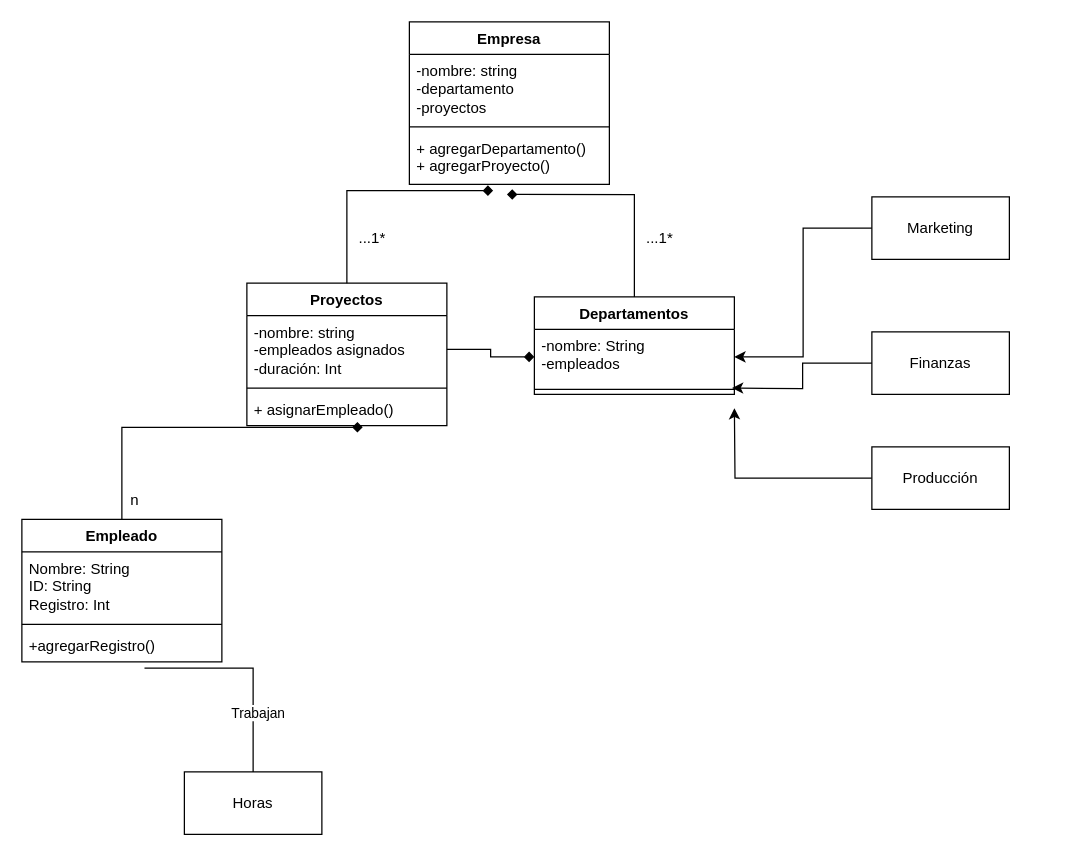
The draw.io diagram Diagrama sin título.drawio in Javier1399/proyecto, before the edit. Source tidied: cells renumbered, new cells numbered last; positions are measured from the earlier drawing's top-left corner, leaving out a move shared by most shapes. Both pictures are drawn from the tidied source at 125%, with x=0, y=0 at pixel (21, 21).
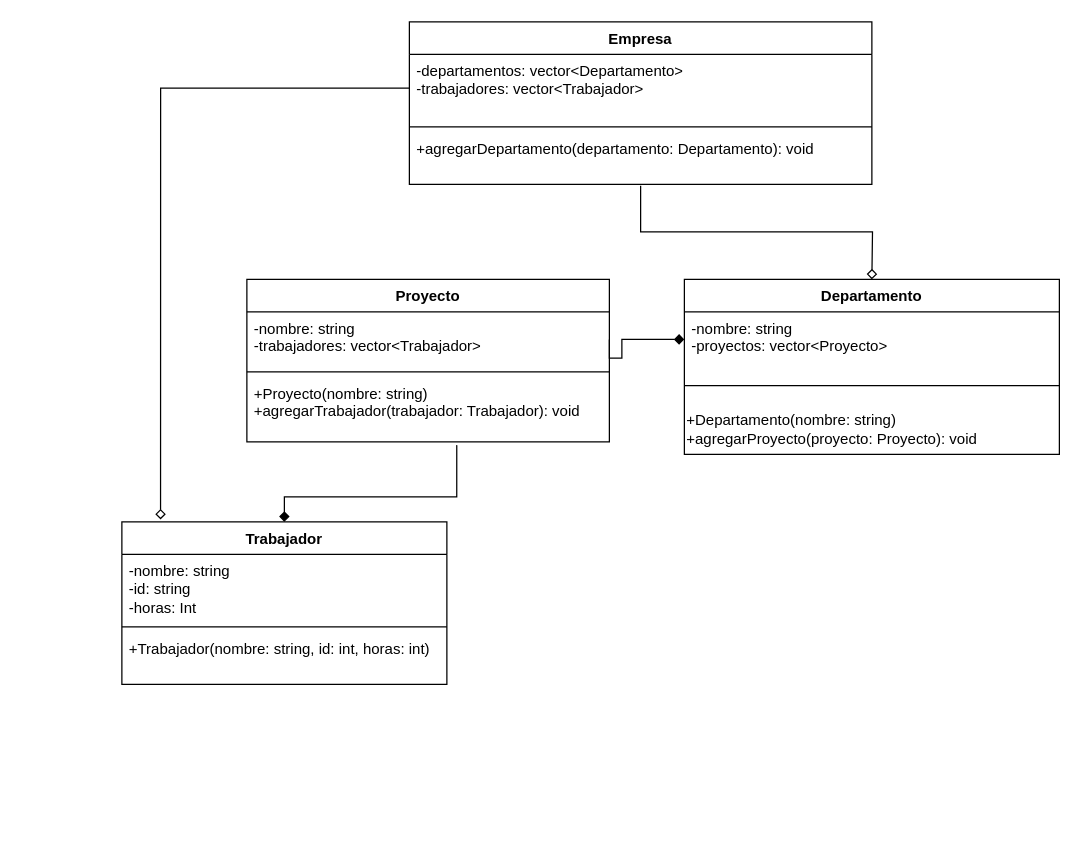
After the change.

The edit, as a diff of the source:
```diff
@@
     <mxCell id="2" value="Empresa" style="swimlane;fontStyle=1;align=center;verticalAlign=top;horizontal=1;startSize=26;whiteSpace=wrap;html=1;" parent="1" vertex="1">
-      <mxGeometry x="310" width="160" height="130" as="geometry" />
+      <mxGeometry x="310" width="370" height="130" as="geometry" />
     </mxCell>
-    <mxCell id="3" value="-nombre: string&lt;br&gt;-departamento&lt;br&gt;-proyectos" style="text;strokeColor=none;fillColor=none;align=left;verticalAlign=top;spacingLeft=4;spacingRight=4;overflow=hidden;points=[[0,0.5],[1,0.5]];portConstraint=eastwest;whiteSpace=wrap;html=1;" parent="2" vertex="1">
-      <mxGeometry y="26" width="160" height="54" as="geometry" />
+    <mxCell id="3" value="-departamentos: vector&amp;lt;Departamento&amp;gt;&lt;br&gt;    -trabajadores: vector&amp;lt;Trabajador&amp;gt;" style="text;strokeColor=none;fillColor=none;align=left;verticalAlign=top;spacingLeft=4;spacingRight=4;overflow=hidden;points=[[0,0.5],[1,0.5]];portConstraint=eastwest;whiteSpace=wrap;html=1;" parent="2" vertex="1">
+      <mxGeometry y="26" width="370" height="54" as="geometry" />
     </mxCell>
     <mxCell id="4" style="line;strokeWidth=1;fillColor=none;align=left;verticalAlign=middle;spacingTop=-1;spacingLeft=3;spacingRight=3;labelPosition=right;strokeColor=inherit;" parent="2" vertex="1">
-      <mxGeometry y="80" width="160" height="8" as="geometry" />
+      <mxGeometry y="80" width="370" height="8" as="geometry" />
     </mxCell>
-    <mxCell id="5" value="+&amp;nbsp;agregarDepartamento()&lt;br&gt;+ agregarProyecto()" style="text;strokeColor=none;fillColor=none;align=left;verticalAlign=top;spacingLeft=4;spacingRight=4;overflow=hidden;points=[[0,0.5],[1,0.5]];portConstraint=eastwest;whiteSpace=wrap;html=1;" parent="2" vertex="1">
-      <mxGeometry y="88" width="160" height="42" as="geometry" />
+    <mxCell id="5" value="+agregarDepartamento(departamento: Departamento): void" style="text;strokeColor=none;fillColor=none;align=left;verticalAlign=top;spacingLeft=4;spacingRight=4;overflow=hidden;points=[[0,0.5],[1,0.5]];portConstraint=eastwest;whiteSpace=wrap;html=1;" parent="2" vertex="1">
+      <mxGeometry y="88" width="370" height="42" as="geometry" />
     </mxCell>
-    <mxCell id="6" value="Departamentos" style="swimlane;fontStyle=1;align=center;verticalAlign=top;horizontal=1;startSize=26;whiteSpace=wrap;html=1;" parent="1" vertex="1">
-      <mxGeometry x="410" y="220" width="160" height="78" as="geometry" />
+    <mxCell id="6" value="Departamento" style="swimlane;fontStyle=1;align=center;verticalAlign=top;horizontal=1;startSize=26;whiteSpace=wrap;html=1;" parent="1" vertex="1">
+      <mxGeometry x="530" y="206" width="300" height="140" as="geometry" />
     </mxCell>
-    <mxCell id="7" value="-nombre: String&lt;br&gt;-empleados" style="text;strokeColor=none;fillColor=none;align=left;verticalAlign=top;spacingLeft=4;spacingRight=4;overflow=hidden;points=[[0,0.5],[1,0.5]];portConstraint=eastwest;whiteSpace=wrap;html=1;" parent="6" vertex="1">
-      <mxGeometry y="26" width="160" height="44" as="geometry" />
+    <mxCell id="7" value="-nombre: string&lt;br&gt;    -proyectos: vector&amp;lt;Proyecto&amp;gt;&lt;br&gt;" style="text;strokeColor=none;fillColor=none;align=left;verticalAlign=top;spacingLeft=4;spacingRight=4;overflow=hidden;points=[[0,0.5],[1,0.5]];portConstraint=eastwest;whiteSpace=wrap;html=1;" parent="6" vertex="1">
+      <mxGeometry y="26" width="300" height="44" as="geometry" />
     </mxCell>
     <mxCell id="8" style="line;strokeWidth=1;fillColor=none;align=left;verticalAlign=middle;spacingTop=-1;spacingLeft=3;spacingRight=3;labelPosition=right;strokeColor=inherit;" parent="6" vertex="1">
-      <mxGeometry y="70" width="160" height="8" as="geometry" />
+      <mxGeometry y="70" width="300" height="30" as="geometry" />
     </mxCell>
+    <mxCell id="33" style="edgeStyle=none;rounded=0;orthogonalLoop=1;jettySize=auto;html=1;entryX=0;entryY=0.55;entryDx=0;entryDy=0;entryPerimeter=0;" parent="6" edge="1" source="34" target="34">
+      <mxGeometry relative="1" as="geometry" />
+    </mxCell>
+    <mxCell id="34" value="&lt;div style=&quot;&quot;&gt;+Departamento(nombre: string)&lt;/div&gt;+agregarProyecto(proyecto: Proyecto): void" style="text;html=1;align=left;verticalAlign=middle;points=[];strokeColor=none;fillColor=none;" parent="6" vertex="1">
+      <mxGeometry y="100" width="300" height="40" as="geometry" />
+    </mxCell>
-    <mxCell id="9" value="Proyectos" style="swimlane;fontStyle=1;align=center;verticalAlign=top;horizontal=1;startSize=26;whiteSpace=wrap;html=1;" parent="1" vertex="1">
-      <mxGeometry x="180" y="209" width="160" height="114" as="geometry" />
+    <mxCell id="9" value="Proyecto" style="swimlane;fontStyle=1;align=center;verticalAlign=top;horizontal=1;startSize=26;whiteSpace=wrap;html=1;" parent="1" vertex="1">
+      <mxGeometry x="180" y="206" width="290" height="130" as="geometry" />
     </mxCell>
-    <mxCell id="10" value="-nombre: string&lt;br&gt;-empleados asignados&lt;br&gt;-duración: Int" style="text;strokeColor=none;fillColor=none;align=left;verticalAlign=top;spacingLeft=4;spacingRight=4;overflow=hidden;points=[[0,0.5],[1,0.5]];portConstraint=eastwest;whiteSpace=wrap;html=1;" parent="9" vertex="1">
-      <mxGeometry y="26" width="160" height="54" as="geometry" />
+    <mxCell id="10" value="-nombre: string&lt;br&gt;    -trabajadores: vector&amp;lt;Trabajador&amp;gt;&lt;br&gt;" style="text;strokeColor=none;fillColor=none;align=left;verticalAlign=top;spacingLeft=4;spacingRight=4;overflow=hidden;points=[[0,0.5],[1,0.5]];portConstraint=eastwest;whiteSpace=wrap;html=1;" parent="9" vertex="1">
+      <mxGeometry y="26" width="290" height="44" as="geometry" />
     </mxCell>
     <mxCell id="11" style="line;strokeWidth=1;fillColor=none;align=left;verticalAlign=middle;spacingTop=-1;spacingLeft=3;spacingRight=3;labelPosition=right;strokeColor=inherit;" parent="9" vertex="1">
-      <mxGeometry y="80" width="160" height="8" as="geometry" />
+      <mxGeometry y="70" width="290" height="8" as="geometry" />
     </mxCell>
-    <mxCell id="12" value="+ asignarEmpleado()" style="text;strokeColor=none;fillColor=none;align=left;verticalAlign=top;spacingLeft=4;spacingRight=4;overflow=hidden;points=[[0,0.5],[1,0.5]];portConstraint=eastwest;whiteSpace=wrap;html=1;" parent="9" vertex="1">
-      <mxGeometry y="88" width="160" height="26" as="geometry" />
+    <mxCell id="12" value="+Proyecto(nombre: string)&lt;br/&gt;    +agregarTrabajador(trabajador: Trabajador): void" style="text;strokeColor=none;fillColor=none;align=left;verticalAlign=top;spacingLeft=4;spacingRight=4;overflow=hidden;points=[[0,0.5],[1,0.5]];portConstraint=eastwest;whiteSpace=wrap;html=1;" parent="9" vertex="1">
+      <mxGeometry y="78" width="290" height="52" as="geometry" />
     </mxCell>
-    <mxCell id="13" style="edgeStyle=orthogonalEdgeStyle;rounded=0;jettySize=auto;html=1;exitX=0.5;exitY=0;exitDx=0;exitDy=0;entryX=0.488;entryY=1.192;entryDx=0;entryDy=0;entryPerimeter=0;startArrow=none;startFill=0;endArrow=diamond;endFill=1;" parent="1" edge="1" source="6" target="5">
-      <mxGeometry relative="1" as="geometry" />
-    </mxCell>
-    <mxCell id="14" style="edgeStyle=orthogonalEdgeStyle;rounded=0;jettySize=auto;html=1;exitX=0.5;exitY=0;exitDx=0;exitDy=0;endArrow=diamond;endFill=1;entryX=0.579;entryY=1.05;entryDx=0;entryDy=0;entryPerimeter=0;" parent="1" edge="1" source="15" target="12">
-      <mxGeometry relative="1" as="geometry" />
+    <mxCell id="14" style="edgeStyle=orthogonalEdgeStyle;rounded=0;jettySize=auto;html=1;exitX=0.5;exitY=0;exitDx=0;exitDy=0;endArrow=none;endFill=0;entryX=0.579;entryY=1.05;entryDx=0;entryDy=0;entryPerimeter=0;startArrow=diamond;startFill=1;" parent="1" edge="1" source="15" target="12">
+      <mxGeometry relative="1" as="geometry">
+        <Array as="points">
+          <mxPoint x="210" y="380" />
+          <mxPoint x="348" y="380" />
+        </Array>
+      </mxGeometry>
     </mxCell>
-    <mxCell id="15" value="Empleado" style="swimlane;fontStyle=1;align=center;verticalAlign=top;horizontal=1;startSize=26;whiteSpace=wrap;html=1;" parent="1" vertex="1">
-      <mxGeometry y="398" width="160" height="114" as="geometry" />
+    <mxCell id="15" value="Trabajador" style="swimlane;fontStyle=1;align=center;verticalAlign=top;horizontal=1;startSize=26;whiteSpace=wrap;html=1;" parent="1" vertex="1">
+      <mxGeometry x="80" y="400" width="260" height="130" as="geometry" />
     </mxCell>
-    <mxCell id="16" value="Nombre: String&amp;nbsp;&lt;br&gt;ID: String&lt;br&gt;Registro: Int" style="text;strokeColor=none;fillColor=none;align=left;verticalAlign=top;spacingLeft=4;spacingRight=4;overflow=hidden;whiteSpace=wrap;html=1;" parent="15" vertex="1">
-      <mxGeometry y="26" width="160" height="54" as="geometry" />
+    <mxCell id="16" value="-nombre: string&amp;nbsp;&lt;br&gt;-id: string&lt;br&gt;-horas: Int" style="text;strokeColor=none;fillColor=none;align=left;verticalAlign=top;spacingLeft=4;spacingRight=4;overflow=hidden;whiteSpace=wrap;html=1;" parent="15" vertex="1">
+      <mxGeometry y="26" width="260" height="54" as="geometry" />
     </mxCell>
     <mxCell id="17" style="line;strokeWidth=1;fillColor=none;align=left;verticalAlign=middle;spacingTop=-1;spacingLeft=3;spacingRight=3;labelPosition=right;strokeColor=inherit;" parent="15" vertex="1">
-      <mxGeometry y="80" width="160" height="8" as="geometry" />
+      <mxGeometry y="80" width="260" height="8" as="geometry" />
     </mxCell>
-    <mxCell id="18" value="+agregarRegistro()" style="text;strokeColor=none;fillColor=none;align=left;verticalAlign=top;spacingLeft=4;spacingRight=4;overflow=hidden;points=[[0,0.5],[1,0.5]];portConstraint=eastwest;whiteSpace=wrap;html=1;" parent="15" vertex="1">
-      <mxGeometry y="88" width="160" height="26" as="geometry" />
+    <mxCell id="18" value="+Trabajador(nombre: string, id: int, horas: int)" style="text;strokeColor=none;fillColor=none;align=left;verticalAlign=top;spacingLeft=4;spacingRight=4;overflow=hidden;points=[[0,0.5],[1,0.5]];portConstraint=eastwest;whiteSpace=wrap;html=1;" parent="15" vertex="1">
+      <mxGeometry y="88" width="260" height="42" as="geometry" />
     </mxCell>
-    <mxCell id="19" value="Marketing" style="html=1;whiteSpace=wrap;" parent="1" vertex="1">
-      <mxGeometry x="680" y="140" width="110" height="50" as="geometry" />
-    </mxCell>
-    <mxCell id="20" style="edgeStyle=orthogonalEdgeStyle;rounded=0;jettySize=auto;html=1;exitX=1;exitY=0.5;exitDx=0;exitDy=0;entryX=0;entryY=0.5;entryDx=0;entryDy=0;endArrow=none;endFill=0;startArrow=classic;startFill=1;" parent="1" edge="1" source="7" target="19">
-      <mxGeometry relative="1" as="geometry" />
-    </mxCell>
-    <mxCell id="21" value="Finanzas" style="html=1;whiteSpace=wrap;" parent="1" vertex="1">
-      <mxGeometry x="680" y="248" width="110" height="50" as="geometry" />
-    </mxCell>
-    <mxCell id="22" style="edgeStyle=orthogonalEdgeStyle;rounded=0;jettySize=auto;html=1;exitX=0;exitY=0.5;exitDx=0;exitDy=0;entryX=0.988;entryY=-0.231;entryDx=0;entryDy=0;entryPerimeter=0;" parent="1" edge="1" source="21">
-      <mxGeometry relative="1" as="geometry">
-        <mxPoint x="568.1" y="292.9" as="targetPoint" />
-      </mxGeometry>
-    </mxCell>
-    <mxCell id="23" style="edgeStyle=orthogonalEdgeStyle;rounded=0;jettySize=auto;html=1;exitX=0;exitY=0.5;exitDx=0;exitDy=0;entryX=1;entryY=0.5;entryDx=0;entryDy=0;" parent="1" edge="1" source="24">
-      <mxGeometry relative="1" as="geometry">
-        <mxPoint x="570" y="309" as="targetPoint" />
-      </mxGeometry>
-    </mxCell>
-    <mxCell id="24" value="Producción" style="html=1;whiteSpace=wrap;" parent="1" vertex="1">
-      <mxGeometry x="680" y="340" width="110" height="50" as="geometry" />
-    </mxCell>
-    <mxCell id="25" value="Horas" style="html=1;whiteSpace=wrap;" parent="1" vertex="1">
-      <mxGeometry x="130" y="600" width="110" height="50" as="geometry" />
-    </mxCell>
     <mxCell id="26" style="edgeStyle=orthogonalEdgeStyle;rounded=0;jettySize=auto;html=1;exitX=1;exitY=0.5;exitDx=0;exitDy=0;entryX=0;entryY=0.5;entryDx=0;entryDy=0;endArrow=diamond;endFill=1;" parent="1" edge="1" source="10" target="7">
-      <mxGeometry relative="1" as="geometry" />
+      <mxGeometry relative="1" as="geometry">
+        <Array as="points">
+          <mxPoint x="480" y="269" />
+          <mxPoint x="480" y="254" />
+        </Array>
+      </mxGeometry>
     </mxCell>
-    <mxCell id="27" style="edgeStyle=orthogonalEdgeStyle;rounded=0;jettySize=auto;html=1;exitX=0.5;exitY=0;exitDx=0;exitDy=0;entryX=0.613;entryY=1.192;entryDx=0;entryDy=0;entryPerimeter=0;endArrow=none;endFill=0;" parent="1" edge="1" source="25" target="18">
-      <mxGeometry relative="1" as="geometry" />
-    </mxCell>
-    <mxCell id="28" value="Trabajan" style="edgeLabel;html=1;align=center;verticalAlign=middle;" parent="27" vertex="1">
-      <mxGeometry x="-0.43" y="-3" relative="1" as="geometry" />
-    </mxCell>
-    <mxCell id="29" style="edgeStyle=orthogonalEdgeStyle;rounded=0;jettySize=auto;html=1;exitX=0.5;exitY=0;exitDx=0;exitDy=0;entryX=0.419;entryY=1.119;entryDx=0;entryDy=0;entryPerimeter=0;endArrow=diamond;endFill=1;" parent="1" edge="1" source="9" target="5">
-      <mxGeometry relative="1" as="geometry" />
+    <mxCell id="29" style="edgeStyle=orthogonalEdgeStyle;rounded=0;jettySize=auto;html=1;entryX=0.5;entryY=1.024;entryDx=0;entryDy=0;endArrow=none;endFill=0;startArrow=diamond;startFill=0;entryPerimeter=0;" parent="1" edge="1" target="5">
+      <mxGeometry relative="1" as="geometry">
+        <mxPoint x="680" y="206" as="sourcePoint" />
+      </mxGeometry>
     </mxCell>
-    <mxCell id="30" value="...1*" style="text;html=1;align=center;verticalAlign=middle;strokeColor=none;fillColor=none;" parent="1" vertex="1">
-      <mxGeometry x="490" y="158" width="40" height="30" as="geometry" />
-    </mxCell>
-    <mxCell id="31" value="...1*" style="text;html=1;align=center;verticalAlign=middle;strokeColor=none;fillColor=none;" parent="1" vertex="1">
-      <mxGeometry x="260" y="158" width="40" height="30" as="geometry" />
-    </mxCell>
-    <mxCell id="32" value="n" style="text;html=1;align=center;verticalAlign=middle;strokeColor=none;fillColor=none;" parent="1" vertex="1">
-      <mxGeometry x="75" y="368" width="30" height="30" as="geometry" />
-    </mxCell>
+    <mxCell id="35" style="edgeStyle=none;rounded=0;jettySize=auto;html=1;exitX=0;exitY=0.5;exitDx=0;exitDy=0;entryX=0.119;entryY=-0.015;entryDx=0;entryDy=0;endArrow=diamond;endFill=0;entryPerimeter=0;" parent="1" edge="1" source="3" target="15">
+      <mxGeometry relative="1" as="geometry">
+        <Array as="points">
+          <mxPoint x="111" y="53" />
+        </Array>
+      </mxGeometry>
+    </mxCell>
```
